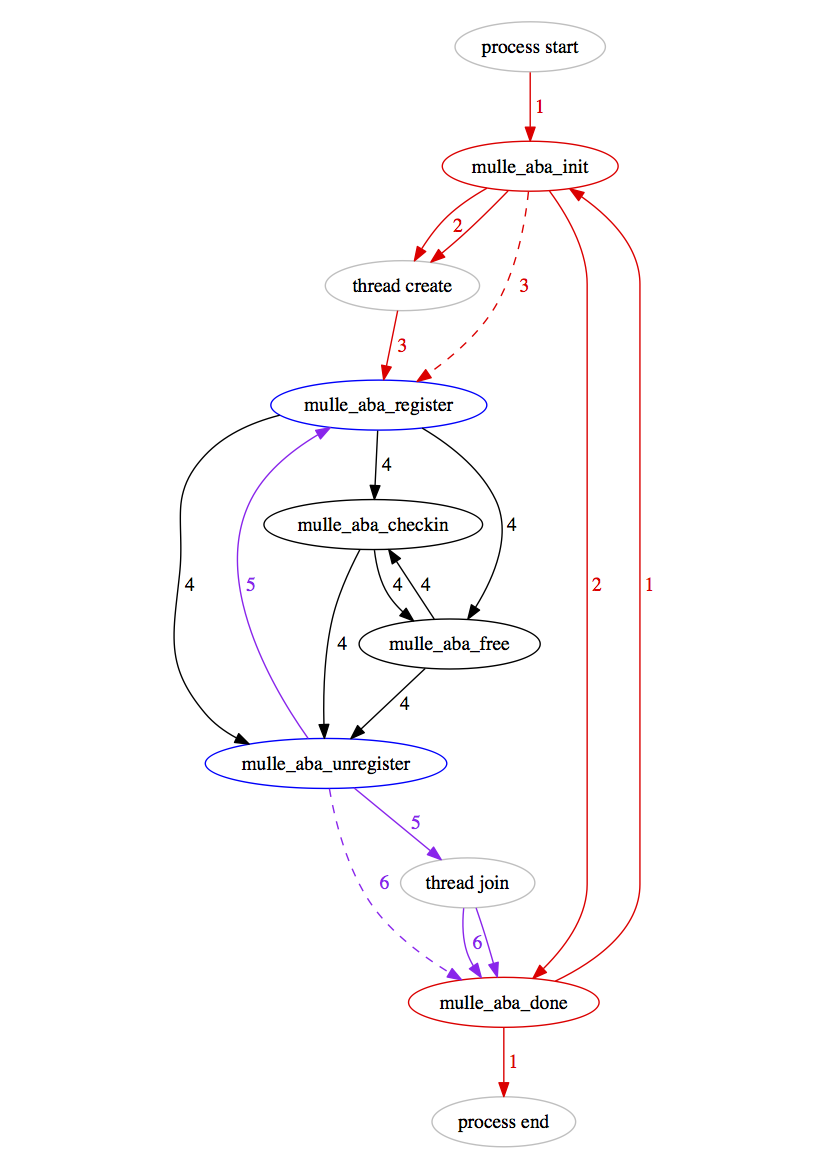
This is dox/process-thread.png from mulle-concurrent/mulle-aba, a Graphviz export, as it was before one commit. Its source is kept beside it as dox/process-thread.dot. The source it was exported from:
```dot
digraph
{
	"process start"					[color="gray"];
	"process start" -> "mulle_aba_init"		[color="red" label=" 1" fontcolor="red"];

	"mulle_aba_init"				[color="red"];
	"mulle_aba_init" ->  "thread create"     	[color="red" label=" 2" fontcolor="red"];
	"mulle_aba_init" ->  "thread create"		[color="red" ];
	"mulle_aba_init" ->  "mulle_aba_register"	[color="red" label=" 3" style="dashed" fontcolor="red"];
	"mulle_aba_init" ->  "mulle_aba_done"		[color="red" label=" 2" fontcolor="red"];

	"mulle_aba_done" 			 	[color="red"];
	"mulle_aba_done" ->  "process end"       	[color="red" label=" 1" fontcolor="red"];
	"mulle_aba_done" ->  "mulle_aba_init"    	[color="red" label=" 1" fontcolor="red"];

	"thread join"					[color="gray"];
	"thread join" -> "mulle_aba_done"        	[color="purple"];
	"thread join" -> "mulle_aba_done"        	[color="purple" label=" 6" fontcolor="purple"];

	"thread create"					[color="gray"];
	"thread create" ->  "mulle_aba_register" 	[color="red" label=" 3" fontcolor="red"];

	"process end" 		                        [color="gray"];
	"mulle_aba_register" 			 	[color="blue"];
	"mulle_aba_register" -> "mulle_aba_checkin"	[label=" 4"];
	"mulle_aba_register" -> "mulle_aba_free"	[label=" 4"];
	"mulle_aba_register" -> "mulle_aba_unregister"  [label=" 4"];

	"mulle_aba_free" -> "mulle_aba_checkin"  	[label=" 4"];
	"mulle_aba_free" -> "mulle_aba_unregister"      [label=" 4"];

	"mulle_aba_checkin" -> "mulle_aba_free"	 	[label=" 4"];
	"mulle_aba_checkin" -> "mulle_aba_unregister"   [label=" 4"];

	"mulle_aba_unregister" 				[color="blue"];
	"mulle_aba_unregister" -> "mulle_aba_register"	[color="purple" label=" 5" fontcolor="purple"];
	"mulle_aba_unregister" -> "thread join"		[color="purple" label=" 5" fontcolor="purple"];
	"mulle_aba_unregister" -> "mulle_aba_done"	[color="purple" label=" 6" style="dashed" fontcolor="purple"];

}
```
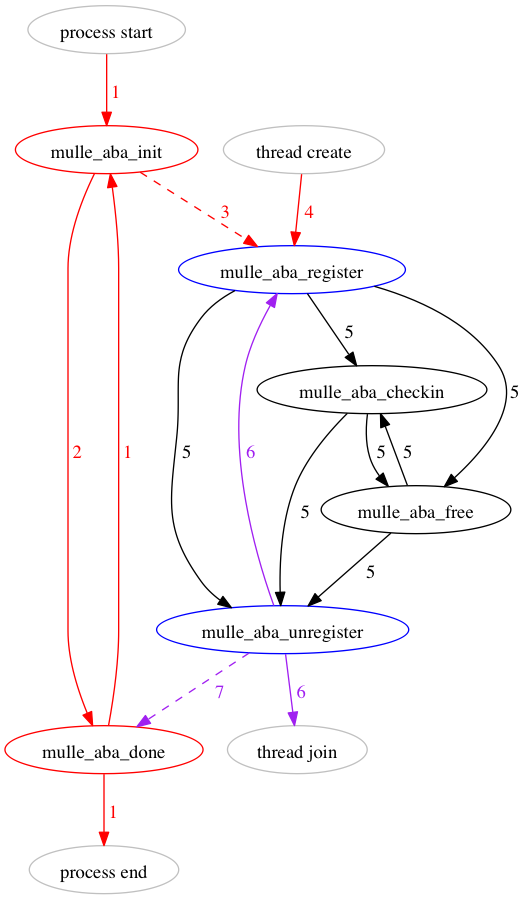
Above is the later version.

Change to the diagram source:
```diff
@@ -4,8 +4,6 @@
 	"process start" -> "mulle_aba_init"		[color="red" label=" 1" fontcolor="red"];
 
 	"mulle_aba_init"				[color="red"];
-	"mulle_aba_init" ->  "thread create"     	[color="red" label=" 2" fontcolor="red"];
-	"mulle_aba_init" ->  "thread create"		[color="red" ];
 	"mulle_aba_init" ->  "mulle_aba_register"	[color="red" label=" 3" style="dashed" fontcolor="red"];
 	"mulle_aba_init" ->  "mulle_aba_done"		[color="red" label=" 2" fontcolor="red"];
 
@@ -14,27 +12,24 @@
 	"mulle_aba_done" ->  "mulle_aba_init"    	[color="red" label=" 1" fontcolor="red"];
 
 	"thread join"					[color="gray"];
-	"thread join" -> "mulle_aba_done"        	[color="purple"];
-	"thread join" -> "mulle_aba_done"        	[color="purple" label=" 6" fontcolor="purple"];
 
 	"thread create"					[color="gray"];
-	"thread create" ->  "mulle_aba_register" 	[color="red" label=" 3" fontcolor="red"];
+	"thread create" ->  "mulle_aba_register" 	[color="red" label=" 4" fontcolor="red"];
 
 	"process end" 		                        [color="gray"];
 	"mulle_aba_register" 			 	[color="blue"];
-	"mulle_aba_register" -> "mulle_aba_checkin"	[label=" 4"];
-	"mulle_aba_register" -> "mulle_aba_free"	[label=" 4"];
-	"mulle_aba_register" -> "mulle_aba_unregister"  [label=" 4"];
+	"mulle_aba_register" -> "mulle_aba_checkin"	[label=" 5"];
+	"mulle_aba_register" -> "mulle_aba_free"	[label=" 5"];
+	"mulle_aba_register" -> "mulle_aba_unregister"  [label=" 5"];
 
-	"mulle_aba_free" -> "mulle_aba_checkin"  	[label=" 4"];
-	"mulle_aba_free" -> "mulle_aba_unregister"      [label=" 4"];
+	"mulle_aba_free" -> "mulle_aba_checkin"  	[label=" 5"];
+	"mulle_aba_free" -> "mulle_aba_unregister"      [label=" 5"];
 
-	"mulle_aba_checkin" -> "mulle_aba_free"	 	[label=" 4"];
-	"mulle_aba_checkin" -> "mulle_aba_unregister"   [label=" 4"];
+	"mulle_aba_checkin" -> "mulle_aba_free"	 	[label=" 5"];
+	"mulle_aba_checkin" -> "mulle_aba_unregister"   [label=" 5"];
 
 	"mulle_aba_unregister" 				[color="blue"];
-	"mulle_aba_unregister" -> "mulle_aba_register"	[color="purple" label=" 5" fontcolor="purple"];
-	"mulle_aba_unregister" -> "thread join"		[color="purple" label=" 5" fontcolor="purple"];
-	"mulle_aba_unregister" -> "mulle_aba_done"	[color="purple" label=" 6" style="dashed" fontcolor="purple"];
-
+	"mulle_aba_unregister" -> "mulle_aba_register"	[color="purple" label=" 6" fontcolor="purple"];
+	"mulle_aba_unregister" -> "thread join"		[color="purple" label=" 6" fontcolor="purple"];
+	"mulle_aba_unregister" -> "mulle_aba_done"	[color="purple" label=" 7" style="dashed" fontcolor="purple"];
 }
```
